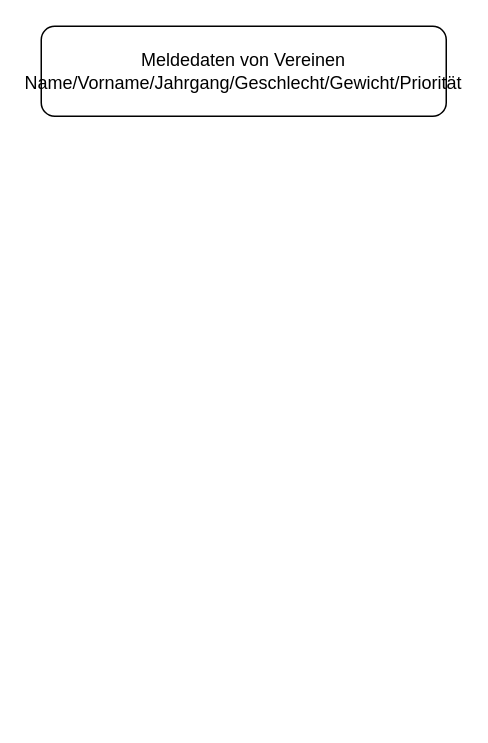
This is wjv/Untitled Diagram.drawio from herr-schaefer/iag2020, a draw.io file, before an edit. Source tidied: cells renumbered, new cells numbered last; positions are measured from the earlier drawing's top-left corner, leaving out a move shared by most shapes. Both pictures are drawn from the tidied source at 150%, with x=0, y=0 at pixel (40, 26).
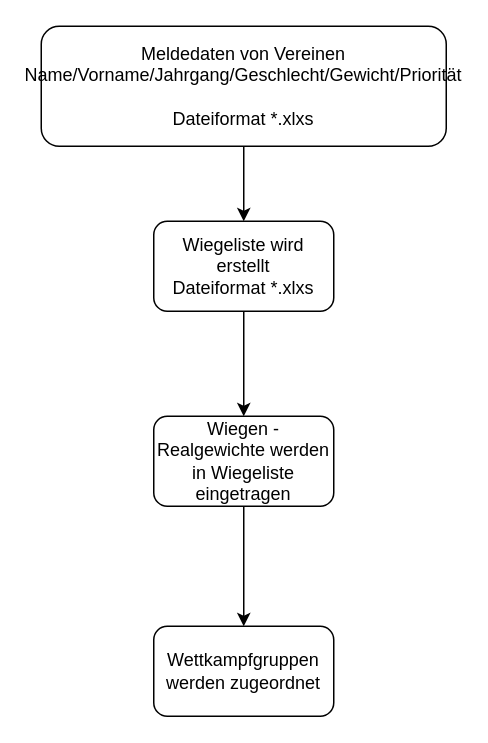
The same page after the edit.

What changed in the source:
```diff
@@
 <mxGraphModel>
   <root>
     <mxCell id="0" />
     <mxCell id="1" parent="0" />
-    <mxCell id="2" value="&lt;div&gt;Meldedaten von Vereinen&lt;/div&gt;&lt;div&gt;Name/Vorname/Jahrgang/Geschlecht/Gewicht/Priorität&lt;br&gt;&lt;/div&gt;" style="rounded=1;whiteSpace=wrap;html=1;" parent="1" vertex="1">
-      <mxGeometry width="270" height="60" as="geometry" />
+    <mxCell id="2" value="&lt;div&gt;Meldedaten von Vereinen&lt;/div&gt;&lt;div&gt;Name/Vorname/Jahrgang/Geschlecht/Gewicht/Priorität&lt;br&gt;&lt;/div&gt;&lt;div&gt;&lt;br&gt;&lt;/div&gt;&lt;div&gt;Dateiformat *.xlxs&lt;br&gt;&lt;/div&gt;" style="rounded=1;whiteSpace=wrap;html=1;" parent="1" vertex="1">
+      <mxGeometry width="270" height="80" as="geometry" />
     </mxCell>
+    <mxCell id="3" style="endArrow=classic;html=1;exitX=0.5;exitY=1;exitDx=0;exitDy=0;" parent="1" edge="1" source="2" target="5">
+      <mxGeometry relative="1" as="geometry" />
+    </mxCell>
+    <mxCell id="4" style="edgeStyle=orthogonalEdgeStyle;rounded=0;jettySize=auto;html=1;" parent="1" edge="1" source="5" target="7">
+      <mxGeometry relative="1" as="geometry" />
+    </mxCell>
+    <mxCell id="5" value="&lt;div&gt;Wiegeliste wird erstellt&lt;/div&gt;Dateiformat *.xlxs" style="rounded=1;whiteSpace=wrap;html=1;" parent="1" vertex="1">
+      <mxGeometry x="75" y="130" width="120" height="60" as="geometry" />
+    </mxCell>
+    <mxCell id="6" style="edgeStyle=orthogonalEdgeStyle;rounded=0;jettySize=auto;html=1;" parent="1" edge="1" source="7" target="8">
+      <mxGeometry relative="1" as="geometry" />
+    </mxCell>
+    <mxCell id="7" value="Wiegen - Realgewichte werden in Wiegeliste eingetragen" style="rounded=1;whiteSpace=wrap;html=1;" parent="1" vertex="1">
+      <mxGeometry x="75" y="260" width="120" height="60" as="geometry" />
+    </mxCell>
+    <mxCell id="8" value="Wettkampfgruppen werden zugeordnet" style="whiteSpace=wrap;html=1;rounded=1;" parent="1" vertex="1">
+      <mxGeometry x="75" y="400" width="120" height="60" as="geometry" />
+    </mxCell>
   </root>
 </mxGraphModel>
```
